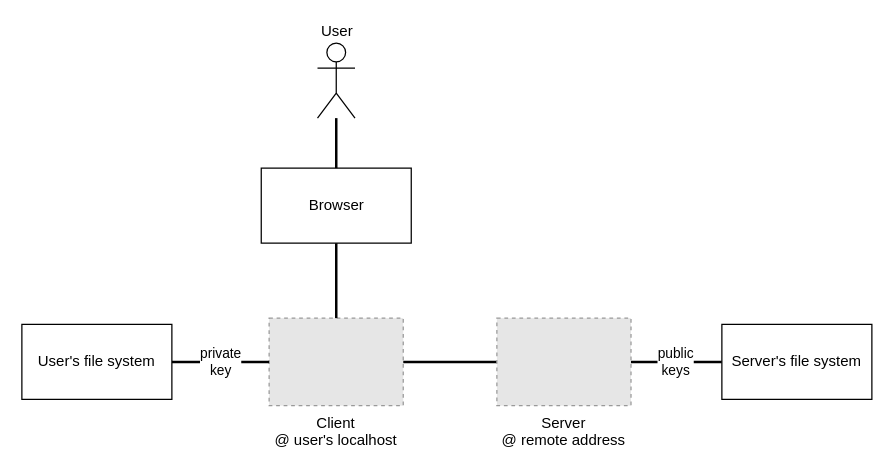
Before: docs/architecture.drawio in devgioele/infsec-exam-project, a draw.io diagram. Source tidied: cells renumbered, new cells numbered last; positions are measured from the earlier drawing's top-left corner, leaving out a move shared by most shapes. Both pictures are drawn from the tidied source at 125%, with x=0, y=0 at pixel (21, 42). Pictures stored in the file or linked from it are replaced by grey dashed boxes.
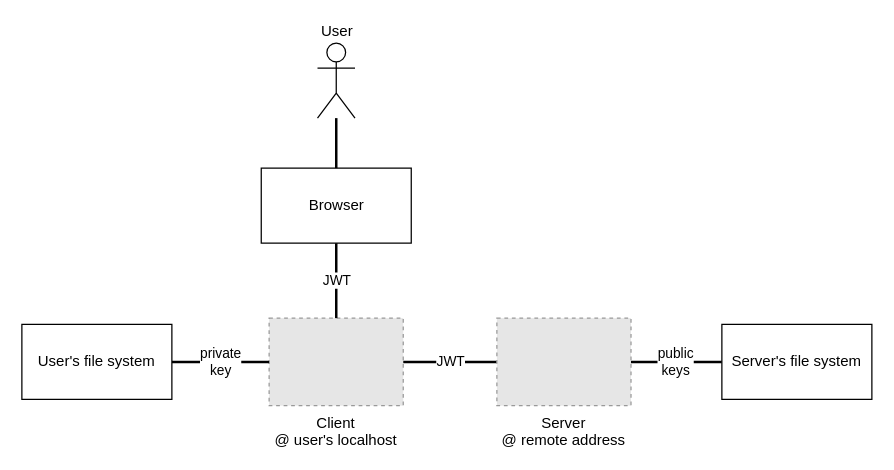
After the change.

Change to the diagram source:
```diff
@@
 <mxGraphModel>
   <root>
     <mxCell id="0" />
     <mxCell id="1" parent="0" />
     <mxCell id="2" value="Client&#10;@ user's localhost" style="fillColor=#E6E6E6;strokeColor=#999999;dashed=1;verticalLabelPosition=bottom;labelBackgroundColor=default;verticalAlign=top;" parent="1" vertex="1">
       <mxGeometry x="197.8" y="220" width="107.3" height="70" as="geometry" />
     </mxCell>
     <mxCell id="3" value="private&lt;br&gt;key" style="edgeStyle=orthogonalEdgeStyle;jettySize=auto;html=1;fontFamily=Helvetica;fontSize=11;fontColor=default;startArrow=none;startFill=0;endArrow=none;endFill=0;strokeWidth=2;" parent="1" edge="1" source="4" target="2">
       <mxGeometry relative="1" as="geometry" />
     </mxCell>
     <mxCell id="4" value="User's file system" style="rounded=0;whiteSpace=wrap;html=1;" parent="1" vertex="1">
       <mxGeometry y="225" width="120" height="60" as="geometry" />
     </mxCell>
-    <mxCell id="5" style="edgeStyle=orthogonalEdgeStyle;rounded=0;jettySize=auto;html=1;strokeWidth=2;startArrow=none;startFill=0;endArrow=none;endFill=0;" parent="1" edge="1" source="6" target="2">
+    <mxCell id="5" value="JWT" style="edgeStyle=orthogonalEdgeStyle;rounded=0;jettySize=auto;html=1;strokeWidth=2;startArrow=none;startFill=0;endArrow=none;endFill=0;" parent="1" edge="1" source="6" target="2">
       <mxGeometry relative="1" as="geometry" />
     </mxCell>
     <mxCell id="6" value="Browser" style="rounded=0;whiteSpace=wrap;html=1;" parent="1" vertex="1">
       <mxGeometry x="191.5" y="100" width="120" height="60" as="geometry" />
     </mxCell>
     <mxCell id="7" style="edgeStyle=orthogonalEdgeStyle;rounded=0;jettySize=auto;html=1;strokeWidth=2;startArrow=none;startFill=0;endArrow=none;endFill=0;" parent="1" edge="1" source="8" target="6">
       <mxGeometry relative="1" as="geometry" />
     </mxCell>
     <mxCell id="8" value="User" style="shape=umlActor;verticalLabelPosition=top;verticalAlign=bottom;html=1;outlineConnect=0;labelPosition=center;align=center;" parent="1" vertex="1">
       <mxGeometry x="236.5" width="30" height="60" as="geometry" />
     </mxCell>
-    <mxCell id="9" style="edgeStyle=orthogonalEdgeStyle;jettySize=auto;html=1;fontFamily=Helvetica;fontSize=11;fontColor=default;startArrow=none;startFill=0;endArrow=none;endFill=0;strokeWidth=2;" parent="1" edge="1" source="11" target="2">
+    <mxCell id="9" value="JWT" style="edgeStyle=orthogonalEdgeStyle;jettySize=auto;html=1;fontFamily=Helvetica;fontSize=11;fontColor=default;startArrow=none;startFill=0;endArrow=none;endFill=0;strokeWidth=2;" parent="1" edge="1" source="11" target="2">
       <mxGeometry relative="1" as="geometry" />
     </mxCell>
     <mxCell id="10" value="public&lt;br&gt;keys" style="edgeStyle=orthogonalEdgeStyle;jettySize=auto;html=1;fontFamily=Helvetica;fontSize=11;fontColor=default;startArrow=none;startFill=0;endArrow=none;endFill=0;strokeWidth=2;" parent="1" edge="1" source="11" target="12">
       <mxGeometry relative="1" as="geometry" />
     </mxCell>
     <mxCell id="11" value="Server&#10;@ remote address" style="fillColor=#E6E6E6;strokeColor=#999999;dashed=1;verticalLabelPosition=bottom;labelBackgroundColor=default;verticalAlign=top;" parent="1" vertex="1">
       <mxGeometry x="380" y="220" width="107.3" height="70" as="geometry" />
     </mxCell>
     <mxCell id="12" value="Server's file system" style="rounded=0;whiteSpace=wrap;html=1;" parent="1" vertex="1">
       <mxGeometry x="560" y="225" width="120" height="60" as="geometry" />
     </mxCell>
   </root>
 </mxGraphModel>
```
